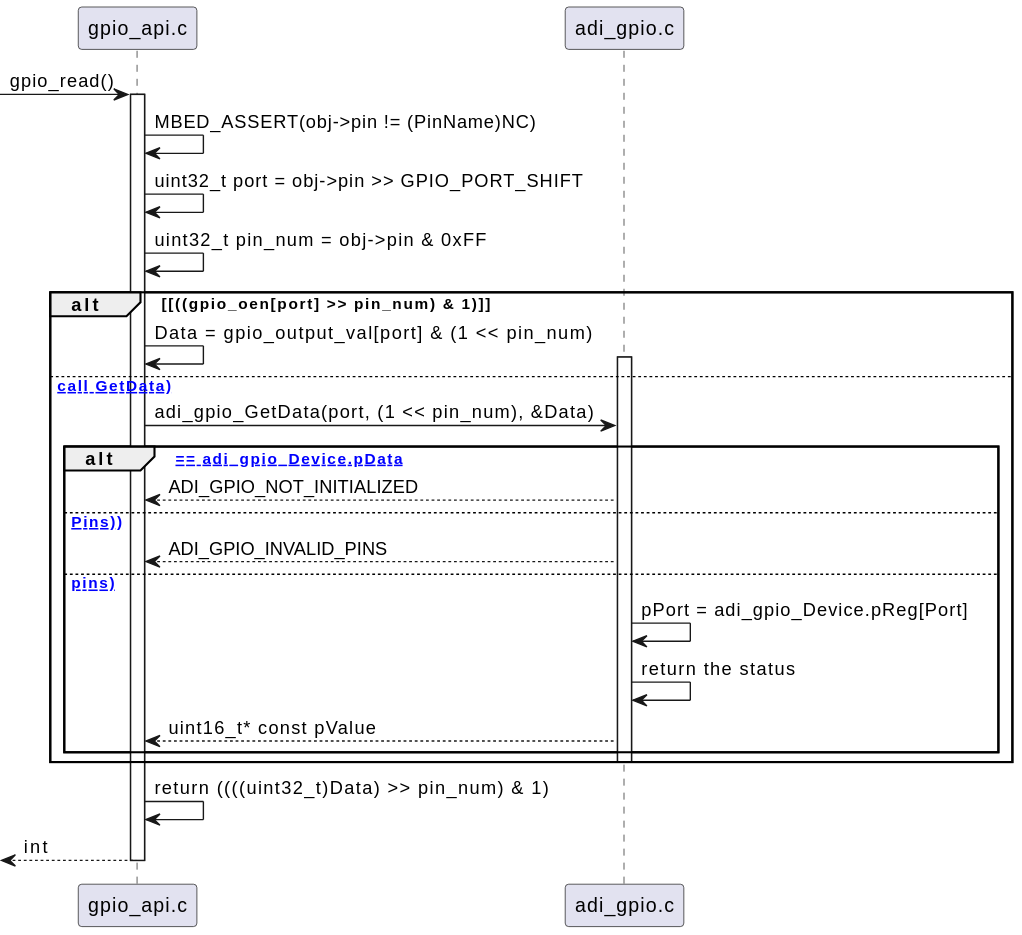
Before: ai-design/sequence/gpio_read.svg, a diagram exported from PlantUML (Bhagyani08/test_project).
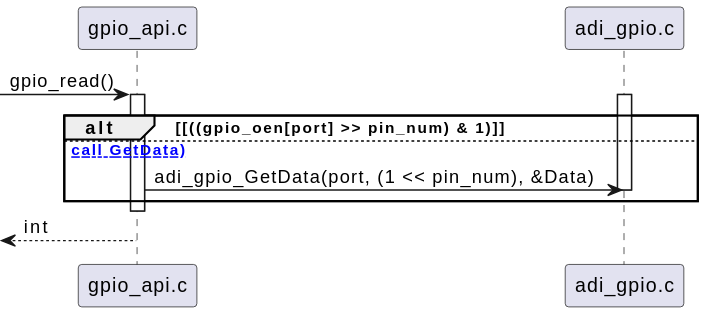
The same diagram one commit later.

Commit message:
Auto-update AI design diagrams

The edit, as a diff of the source:
```diff
@@ -5,30 +5,14 @@
 [-> gpio_api_c : gpio_read()
 
 activate gpio_api_c
-
-gpio_api_c -> gpio_api_c : MBED_ASSERT(obj->pin != (PinName)NC)
-gpio_api_c -> gpio_api_c : uint32_t port = obj->pin >> GPIO_PORT_SHIFT
-gpio_api_c -> gpio_api_c : uint32_t pin_num = obj->pin & 0xFF
 alt [((gpio_oen[port] >> pin_num) & 1)]
-    gpio_api_c -> gpio_api_c : Data = gpio_output_val[port] & (1 << pin_num)
 else [(otherwise call GetData)]
     activate adi_gpio_c
     gpio_api_c -> adi_gpio_c : adi_gpio_GetData(port, (1 << pin_num), &Data)
-alt [NULL == adi_gpio_Device.pData]
-        adi_gpio_c --> gpio_api_c : ADI_GPIO_NOT_INITIALIZED
-else [(!ArePinsValid(Port, Pins))]
-        adi_gpio_c --> gpio_api_c : ADI_GPIO_INVALID_PINS
-else [(valid pins)]
-        adi_gpio_c -> adi_gpio_c : pPort = adi_gpio_Device.pReg[Port]
-        adi_gpio_c -> adi_gpio_c : return the status
-        adi_gpio_c --> gpio_api_c : uint16_t* const pValue
-    end
     deactivate adi_gpio_c
 end
 
-gpio_api_c -> gpio_api_c : return ((((uint32_t)Data) >> pin_num) & 1)
+deactivate gpio_api_c
 
 [<-- gpio_api_c : int
-
-deactivate gpio_api_c
 @enduml
```
